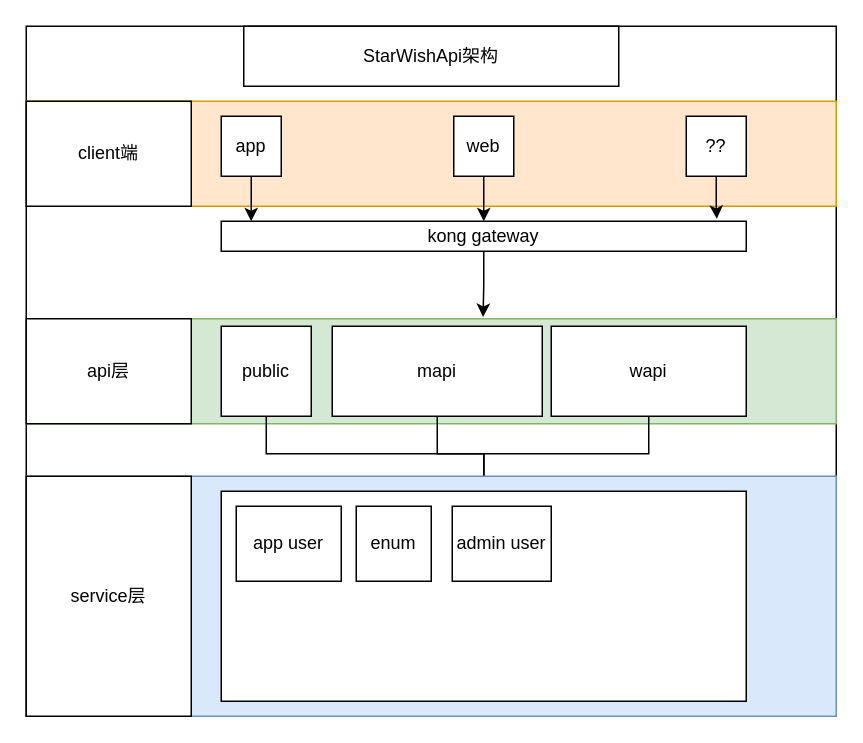
Before: 未命名绘图.drawio in tclxtianxiang-yu/geektime-books, a draw.io diagram. Source tidied: cells renumbered, new cells numbered last; positions are measured from the earlier drawing's top-left corner, leaving out a move shared by most shapes. Both pictures are drawn from the tidied source at 150%, with x=0, y=0 at pixel (26, 26).
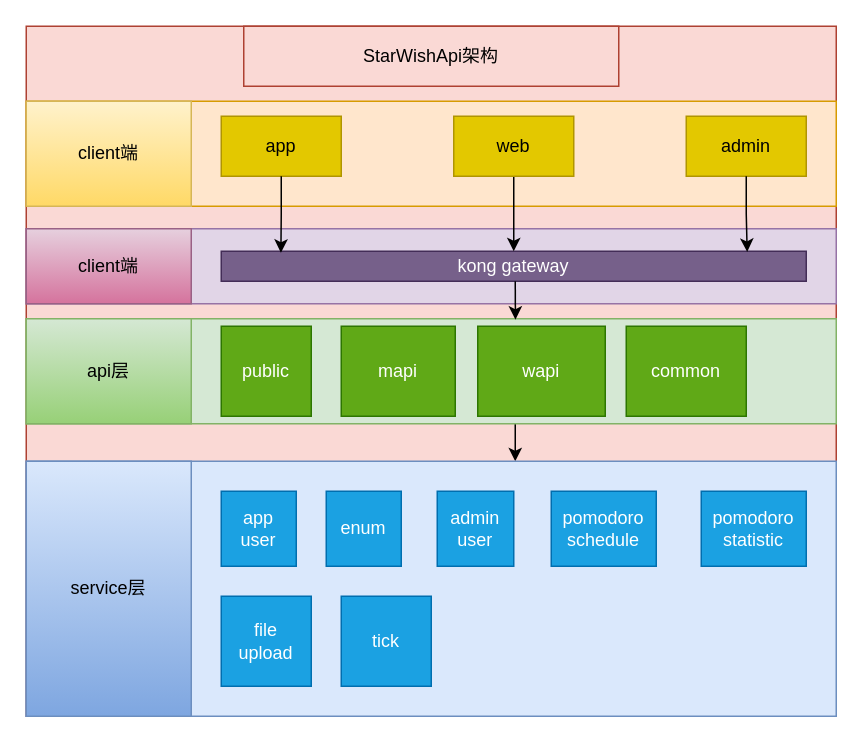
The same diagram, later.

Commit message:
更新未命名绘图.drawio

Unchanged cells that the change refers to:
```xml
<mxCell id="9" style="rounded=0;whiteSpace=wrap;html=1;fillColor=#d5e8d4;strokeColor=#82b366;" parent="1" vertex="1">
  <mxGeometry y="195" width="540" height="70" as="geometry" />
</mxCell>
```

What changed in the source:
```diff
@@
-    <mxCell id="2" value="&lt;div style=&quot;&quot;&gt;&lt;br&gt;&lt;/div&gt;" style="rounded=0;whiteSpace=wrap;html=1;align=left;" parent="1" vertex="1">
+    <mxCell id="2" value="&lt;div style=&quot;&quot;&gt;&lt;br&gt;&lt;/div&gt;" style="rounded=0;whiteSpace=wrap;html=1;align=left;fillColor=#fad9d5;strokeColor=#ae4132;" parent="1" vertex="1">
       <mxGeometry width="540" height="460" as="geometry" />
     </mxCell>
+    <mxCell id="28" style="rounded=0;whiteSpace=wrap;html=1;fillColor=#e1d5e7;strokeColor=#9673a6;" parent="1" vertex="1">
+      <mxGeometry y="135" width="540" height="50" as="geometry" />
+    </mxCell>
-    <mxCell id="3" value="kong gateway" style="rounded=0;whiteSpace=wrap;html=1;" parent="1" vertex="1">
-      <mxGeometry x="130" y="130" width="350" height="20" as="geometry" />
+    <mxCell id="3" value="kong gateway" style="rounded=0;whiteSpace=wrap;html=1;fillColor=#76608a;fontColor=#ffffff;strokeColor=#432D57;" parent="1" vertex="1">
+      <mxGeometry x="130" y="150" width="390" height="20" as="geometry" />
     </mxCell>
@@
-    <mxCell id="5" value="app" style="rounded=0;whiteSpace=wrap;html=1;" parent="1" vertex="1">
-      <mxGeometry x="130" y="60" width="40" height="40" as="geometry" />
+    <mxCell id="5" value="app" style="rounded=0;whiteSpace=wrap;html=1;fillColor=#e3c800;fontColor=#000000;strokeColor=#B09500;" parent="1" vertex="1">
+      <mxGeometry x="130" y="60" width="80" height="40" as="geometry" />
     </mxCell>
@@
-    <mxCell id="7" value="web" style="rounded=0;whiteSpace=wrap;html=1;" parent="1" vertex="1">
-      <mxGeometry x="285" y="60" width="40" height="40" as="geometry" />
+    <mxCell id="7" value="web" style="rounded=0;whiteSpace=wrap;html=1;fillColor=#e3c800;fontColor=#000000;strokeColor=#B09500;" parent="1" vertex="1">
+      <mxGeometry x="285" y="60" width="80" height="40" as="geometry" />
     </mxCell>
-    <mxCell id="8" value="??" style="rounded=0;whiteSpace=wrap;html=1;" parent="1" vertex="1">
-      <mxGeometry x="440" y="60" width="40" height="40" as="geometry" />
+    <mxCell id="8" value="admin" style="rounded=0;whiteSpace=wrap;html=1;fillColor=#e3c800;fontColor=#000000;strokeColor=#B09500;" parent="1" vertex="1">
+      <mxGeometry x="440" y="60" width="80" height="40" as="geometry" />
     </mxCell>
+    <mxCell id="29" style="edgeStyle=orthogonalEdgeStyle;rounded=0;orthogonalLoop=1;jettySize=auto;html=1;" parent="1" edge="1">
+      <mxGeometry relative="1" as="geometry">
+        <mxPoint x="326" y="265" as="sourcePoint" />
+        <mxPoint x="326" y="290" as="targetPoint" />
+      </mxGeometry>
+    </mxCell>
@@
-    <mxCell id="10" style="edgeStyle=orthogonalEdgeStyle;rounded=0;jettySize=auto;html=1;entryX=0.5;entryY=0;entryDx=0;entryDy=0;" parent="1" edge="1" source="11" target="19">
-      <mxGeometry relative="1" as="geometry" />
-    </mxCell>
-    <mxCell id="11" value="public" style="rounded=0;whiteSpace=wrap;html=1;" parent="1" vertex="1">
+    <mxCell id="11" value="public" style="rounded=0;whiteSpace=wrap;html=1;fillColor=#60a917;fontColor=#ffffff;strokeColor=#2D7600;" parent="1" vertex="1">
       <mxGeometry x="130" y="200" width="60" height="60" as="geometry" />
     </mxCell>
-    <mxCell id="12" style="edgeStyle=orthogonalEdgeStyle;rounded=0;jettySize=auto;html=1;entryX=0.5;entryY=0;entryDx=0;entryDy=0;" parent="1" edge="1" source="13" target="19">
-      <mxGeometry relative="1" as="geometry" />
-    </mxCell>
-    <mxCell id="13" value="mapi" style="rounded=0;whiteSpace=wrap;html=1;" parent="1" vertex="1">
-      <mxGeometry x="204" y="200" width="140" height="60" as="geometry" />
+    <mxCell id="13" value="mapi" style="rounded=0;whiteSpace=wrap;html=1;fillColor=#60a917;fontColor=#ffffff;strokeColor=#2D7600;" parent="1" vertex="1">
+      <mxGeometry x="210" y="200" width="76" height="60" as="geometry" />
     </mxCell>
-    <mxCell id="14" style="edgeStyle=orthogonalEdgeStyle;rounded=0;jettySize=auto;html=1;entryX=0.057;entryY=0;entryDx=0;entryDy=0;entryPerimeter=0;" parent="1" edge="1" source="5" target="3">
-      <mxGeometry relative="1" as="geometry" />
-    </mxCell>
-    <mxCell id="15" style="edgeStyle=orthogonalEdgeStyle;rounded=0;jettySize=auto;html=1;entryX=0.944;entryY=-0.081;entryDx=0;entryDy=0;entryPerimeter=0;" parent="1" edge="1" source="8" target="3">
-      <mxGeometry relative="1" as="geometry" />
-    </mxCell>
-    <mxCell id="16" style="edgeStyle=orthogonalEdgeStyle;rounded=0;jettySize=auto;html=1;entryX=0.5;entryY=0;entryDx=0;entryDy=0;" parent="1" edge="1" source="17" target="19">
-      <mxGeometry relative="1" as="geometry" />
-    </mxCell>
-    <mxCell id="17" value="wapi" style="rounded=0;whiteSpace=wrap;html=1;" parent="1" vertex="1">
-      <mxGeometry x="350" y="200" width="130" height="60" as="geometry" />
+    <mxCell id="17" value="wapi" style="rounded=0;whiteSpace=wrap;html=1;fillColor=#60a917;fontColor=#ffffff;strokeColor=#2D7600;" parent="1" vertex="1">
+      <mxGeometry x="301" y="200" width="85" height="60" as="geometry" />
     </mxCell>
     <mxCell id="18" style="rounded=0;whiteSpace=wrap;html=1;fillColor=#dae8fc;strokeColor=#6c8ebf;" parent="1" vertex="1">
-      <mxGeometry y="300" width="540" height="160" as="geometry" />
+      <mxGeometry y="290" width="540" height="170" as="geometry" />
     </mxCell>
-    <mxCell id="19" style="rounded=0;whiteSpace=wrap;html=1;" parent="1" vertex="1">
-      <mxGeometry x="130" y="310" width="350" height="140" as="geometry" />
-    </mxCell>
-    <mxCell id="20" value="app user" style="rounded=0;whiteSpace=wrap;html=1;" parent="1" vertex="1">
-      <mxGeometry x="140" y="320" width="70" height="50" as="geometry" />
+    <mxCell id="20" value="app&lt;br&gt;user" style="rounded=0;whiteSpace=wrap;html=1;fillColor=#1ba1e2;fontColor=#ffffff;strokeColor=#006EAF;" parent="1" vertex="1">
+      <mxGeometry x="130" y="310" width="50" height="50" as="geometry" />
     </mxCell>
-    <mxCell id="21" value="enum" style="rounded=0;whiteSpace=wrap;html=1;" parent="1" vertex="1">
-      <mxGeometry x="220" y="320" width="50" height="50" as="geometry" />
+    <mxCell id="21" value="enum" style="rounded=0;whiteSpace=wrap;html=1;fillColor=#1ba1e2;fontColor=#ffffff;strokeColor=#006EAF;" parent="1" vertex="1">
+      <mxGeometry x="200" y="310" width="50" height="50" as="geometry" />
     </mxCell>
-    <mxCell id="22" value="admin user" style="rounded=0;whiteSpace=wrap;html=1;" parent="1" vertex="1">
-      <mxGeometry x="284" y="320" width="66" height="50" as="geometry" />
+    <mxCell id="22" value="admin&lt;br&gt;user" style="rounded=0;whiteSpace=wrap;html=1;fillColor=#1ba1e2;fontColor=#ffffff;strokeColor=#006EAF;" parent="1" vertex="1">
+      <mxGeometry x="274" y="310" width="51" height="50" as="geometry" />
     </mxCell>
-    <mxCell id="23" value="StarWishApi架构" style="rounded=0;whiteSpace=wrap;html=1;" parent="1" vertex="1">
+    <mxCell id="23" value="StarWishApi架构" style="rounded=0;whiteSpace=wrap;html=1;fillColor=#fad9d5;strokeColor=#ae4132;" parent="1" vertex="1">
       <mxGeometry x="145" width="250" height="40" as="geometry" />
     </mxCell>
-    <mxCell id="24" value="client端" style="rounded=0;whiteSpace=wrap;html=1;" parent="1" vertex="1">
+    <mxCell id="24" value="client端" style="rounded=0;whiteSpace=wrap;html=1;fillColor=#fff2cc;strokeColor=#d6b656;gradientColor=#ffd966;" parent="1" vertex="1">
       <mxGeometry y="50" width="110" height="70" as="geometry" />
     </mxCell>
-    <mxCell id="25" value="api层" style="rounded=0;whiteSpace=wrap;html=1;" parent="1" vertex="1">
+    <mxCell id="25" value="api层" style="rounded=0;whiteSpace=wrap;html=1;fillColor=#d5e8d4;strokeColor=#82b366;gradientColor=#97d077;" parent="1" vertex="1">
       <mxGeometry y="195" width="110" height="70" as="geometry" />
     </mxCell>
-    <mxCell id="26" style="edgeStyle=orthogonalEdgeStyle;rounded=0;jettySize=auto;html=1;entryX=0.564;entryY=-0.016;entryDx=0;entryDy=0;entryPerimeter=0;" parent="1" edge="1" source="3" target="9">
-      <mxGeometry relative="1" as="geometry" />
-    </mxCell>
-    <mxCell id="27" value="service层" style="rounded=0;whiteSpace=wrap;html=1;" parent="1" vertex="1">
-      <mxGeometry y="300" width="110" height="160" as="geometry" />
+    <mxCell id="27" value="service层" style="rounded=0;whiteSpace=wrap;html=1;fillColor=#dae8fc;gradientColor=#7ea6e0;strokeColor=#6c8ebf;" parent="1" vertex="1">
+      <mxGeometry y="290" width="110" height="170" as="geometry" />
     </mxCell>
+    <mxCell id="30" value="common" style="rounded=0;whiteSpace=wrap;html=1;fillColor=#60a917;fontColor=#ffffff;strokeColor=#2D7600;" parent="1" vertex="1">
+      <mxGeometry x="400" y="200" width="80" height="60" as="geometry" />
+    </mxCell>
+    <mxCell id="31" value="pomodoro&lt;br&gt;schedule" style="rounded=0;whiteSpace=wrap;html=1;fillColor=#1ba1e2;fontColor=#ffffff;strokeColor=#006EAF;" parent="1" vertex="1">
+      <mxGeometry x="350" y="310" width="70" height="50" as="geometry" />
+    </mxCell>
+    <mxCell id="32" value="pomodoro&lt;br&gt;statistic" style="rounded=0;whiteSpace=wrap;html=1;fillColor=#1ba1e2;fontColor=#ffffff;strokeColor=#006EAF;" parent="1" vertex="1">
+      <mxGeometry x="450" y="310" width="70" height="50" as="geometry" />
+    </mxCell>
+    <mxCell id="33" value="file&lt;br&gt;upload" style="rounded=0;whiteSpace=wrap;html=1;fillColor=#1ba1e2;fontColor=#ffffff;strokeColor=#006EAF;" parent="1" vertex="1">
+      <mxGeometry x="130" y="380" width="60" height="60" as="geometry" />
+    </mxCell>
+    <mxCell id="34" value="client端" style="rounded=0;whiteSpace=wrap;html=1;fillColor=#e6d0de;strokeColor=#996185;gradientColor=#d5739d;" parent="1" vertex="1">
+      <mxGeometry y="135" width="110" height="50" as="geometry" />
+    </mxCell>
+    <mxCell id="14" style="edgeStyle=orthogonalEdgeStyle;rounded=0;jettySize=auto;html=1;entryX=0.102;entryY=0.05;entryDx=0;entryDy=0;entryPerimeter=0;" parent="1" edge="1" source="5" target="3">
+      <mxGeometry relative="1" as="geometry" />
+    </mxCell>
+    <mxCell id="15" style="edgeStyle=orthogonalEdgeStyle;rounded=0;jettySize=auto;html=1;entryX=0.899;entryY=0.021;entryDx=0;entryDy=0;entryPerimeter=0;" parent="1" edge="1" source="8" target="3">
+      <mxGeometry relative="1" as="geometry" />
+    </mxCell>
+    <mxCell id="35" style="edgeStyle=orthogonalEdgeStyle;rounded=0;orthogonalLoop=1;jettySize=auto;html=1;entryX=0.602;entryY=0.008;entryDx=0;entryDy=0;entryPerimeter=0;" parent="1" edge="1">
+      <mxGeometry relative="1" as="geometry">
+        <mxPoint x="326" y="170" as="sourcePoint" />
+        <mxPoint x="326.1" y="195.6" as="targetPoint" />
+      </mxGeometry>
+    </mxCell>
+    <mxCell id="36" value="tick" style="rounded=0;whiteSpace=wrap;html=1;fillColor=#1ba1e2;fontColor=#ffffff;strokeColor=#006EAF;" parent="1" vertex="1">
+      <mxGeometry x="210" y="380" width="60" height="60" as="geometry" />
+    </mxCell>
```
